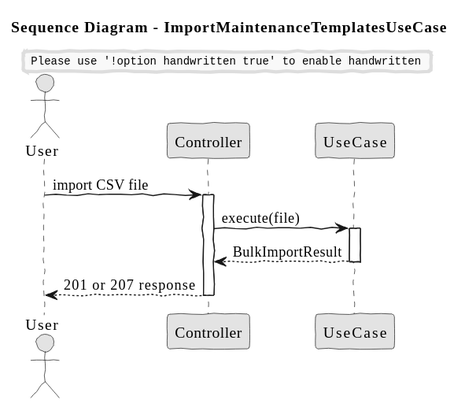
Above: docs/system-documentation/use-cases/BONUS/US225/svg/sd_ImportMaintenanceTemplatesUseCase.svg in VascoMagolo/psoft_1231562_1241692_1242036_2db (PlantUML), before the change. Its diagram source:
```plantuml
@startuml
skinparam handwritten true
skinparam monochrome true
skinparam packageStyle rect
skinparam defaultFontName FG Virgil
skinparam shadowing false

title Sequence Diagram - ImportMaintenanceTemplatesUseCase

actor "User" as user
participant "Controller" as ctrl
participant "UseCase" as uc

user -> ctrl: import CSV file
activate ctrl
ctrl -> uc: execute(file)
activate uc
uc --> ctrl: BulkImportResult
deactivate uc
ctrl --> user: 201 or 207 response
deactivate ctrl
@enduml
```
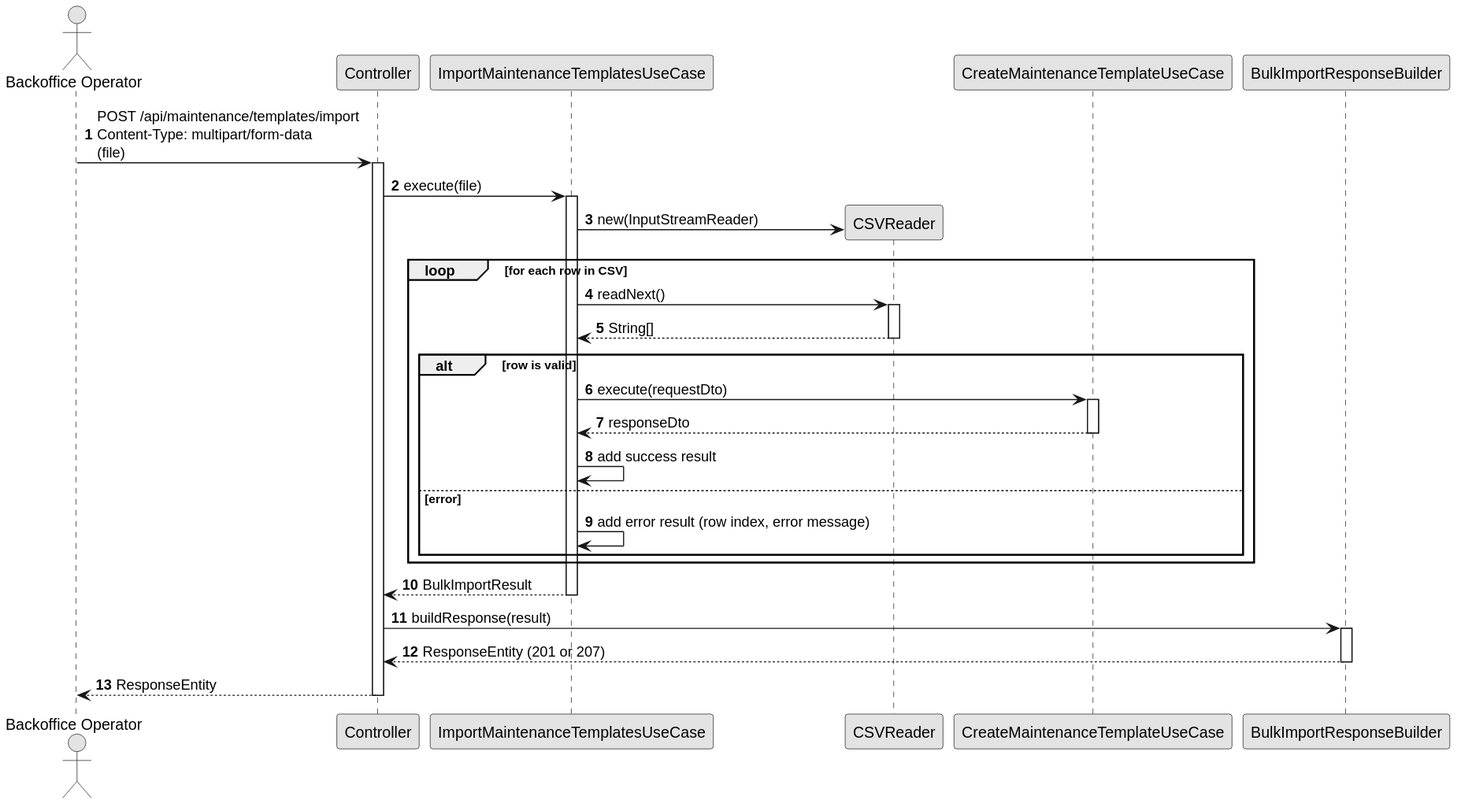
After the change.

Diff of the diagram source:
```diff
@@ -1,22 +1,48 @@
 @startuml
-skinparam handwritten true
+autonumber
 skinparam monochrome true
 skinparam packageStyle rect
-skinparam defaultFontName FG Virgil
 skinparam shadowing false
 
-title Sequence Diagram - ImportMaintenanceTemplatesUseCase
+actor "Backoffice Operator" as Actor
+participant "Controller" as Ctrl
+participant "ImportMaintenanceTemplatesUseCase" as UC
+participant "CSVReader" as Reader
+participant "CreateMaintenanceTemplateUseCase" as InnerUC
+participant "BulkImportResponseBuilder" as Builder
 
-actor "User" as user
-participant "Controller" as ctrl
-participant "UseCase" as uc
+Actor -> Ctrl : POST /api/maintenance/templates/import\nContent-Type: multipart/form-data\n(file)
+activate Ctrl
 
-user -> ctrl: import CSV file
-activate ctrl
-ctrl -> uc: execute(file)
-activate uc
-uc --> ctrl: BulkImportResult
-deactivate uc
-ctrl --> user: 201 or 207 response
-deactivate ctrl
+Ctrl -> UC : execute(file)
+activate UC
+
+UC -> Reader ** : new(InputStreamReader)
+loop for each row in CSV
+    UC -> Reader : readNext()
+    activate Reader
+    Reader --> UC : String[]
+    deactivate Reader
+
+    alt row is valid
+        UC -> InnerUC : execute(requestDto)
+        activate InnerUC
+        InnerUC --> UC : responseDto
+        deactivate InnerUC
+        UC -> UC : add success result
+    else error
+        UC -> UC : add error result (row index, error message)
+    end
+end
+
+UC --> Ctrl : BulkImportResult
+deactivate UC
+
+Ctrl -> Builder : buildResponse(result)
+activate Builder
+Builder --> Ctrl : ResponseEntity (201 or 207)
+deactivate Builder
+
+Ctrl --> Actor : ResponseEntity
+deactivate Ctrl
 @enduml
```
